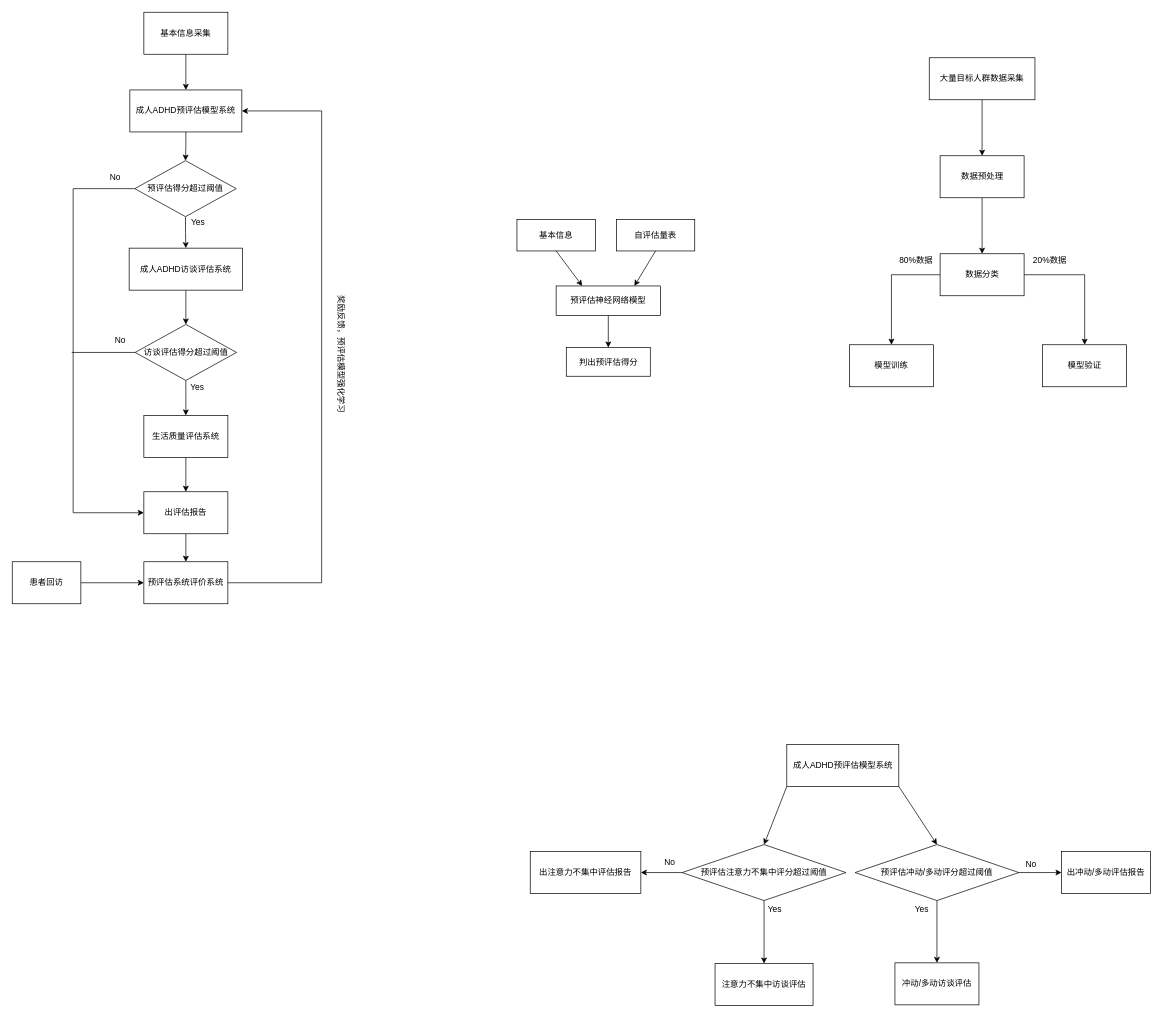
imoceanking/drawio keeps this draw.io diagram as page "第 4 页" (4 of 4) of LRG.drawio. Above is the earlier version. Source tidied: cells renumbered, new cells numbered last; positions are measured from the earlier drawing's top-left corner, leaving out a move shared by most shapes. Both pictures are drawn from the tidied source at 70%, with x=0, y=0 at pixel (12, 12).
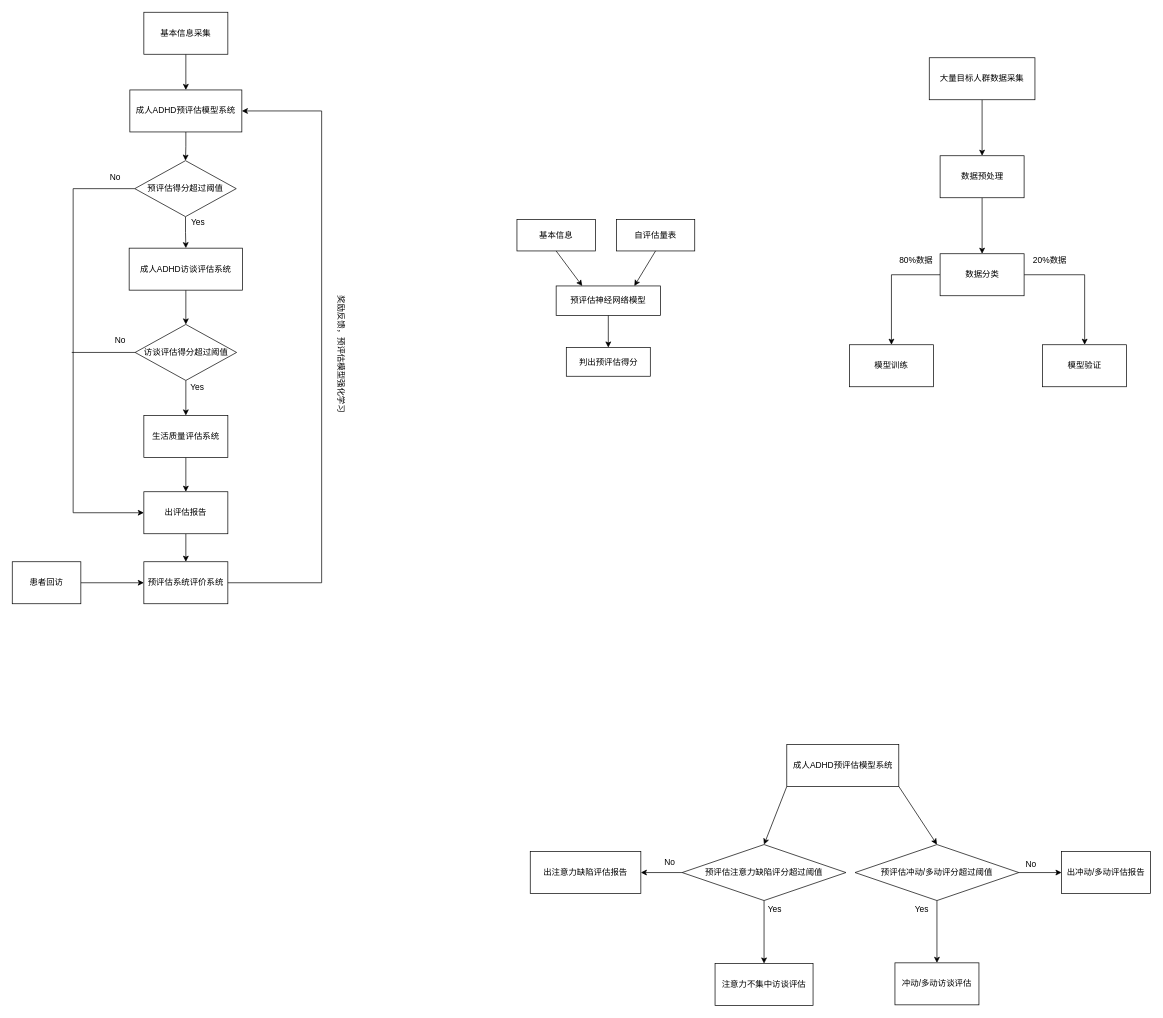
The same diagram, later.

Change to the diagram source:
```diff
@@
-    <mxCell id="47" value="预评估注意力不集中评分超过阈值" style="rhombus;whiteSpace=wrap;html=1;" parent="1" vertex="1">
+    <mxCell id="47" value="预评估注意力缺陷评分超过阈值" style="rhombus;whiteSpace=wrap;html=1;" parent="1" vertex="1">
       <mxGeometry x="957" y="1189" width="234" height="80" as="geometry" />
     </mxCell>
@@
-    <mxCell id="58" value="出注意力不集中评估报告" style="whiteSpace=wrap;html=1;" parent="1" vertex="1">
+    <mxCell id="58" value="出注意力缺陷评估报告" style="whiteSpace=wrap;html=1;" parent="1" vertex="1">
       <mxGeometry x="740" y="1199" width="158" height="60" as="geometry" />
     </mxCell>
```
